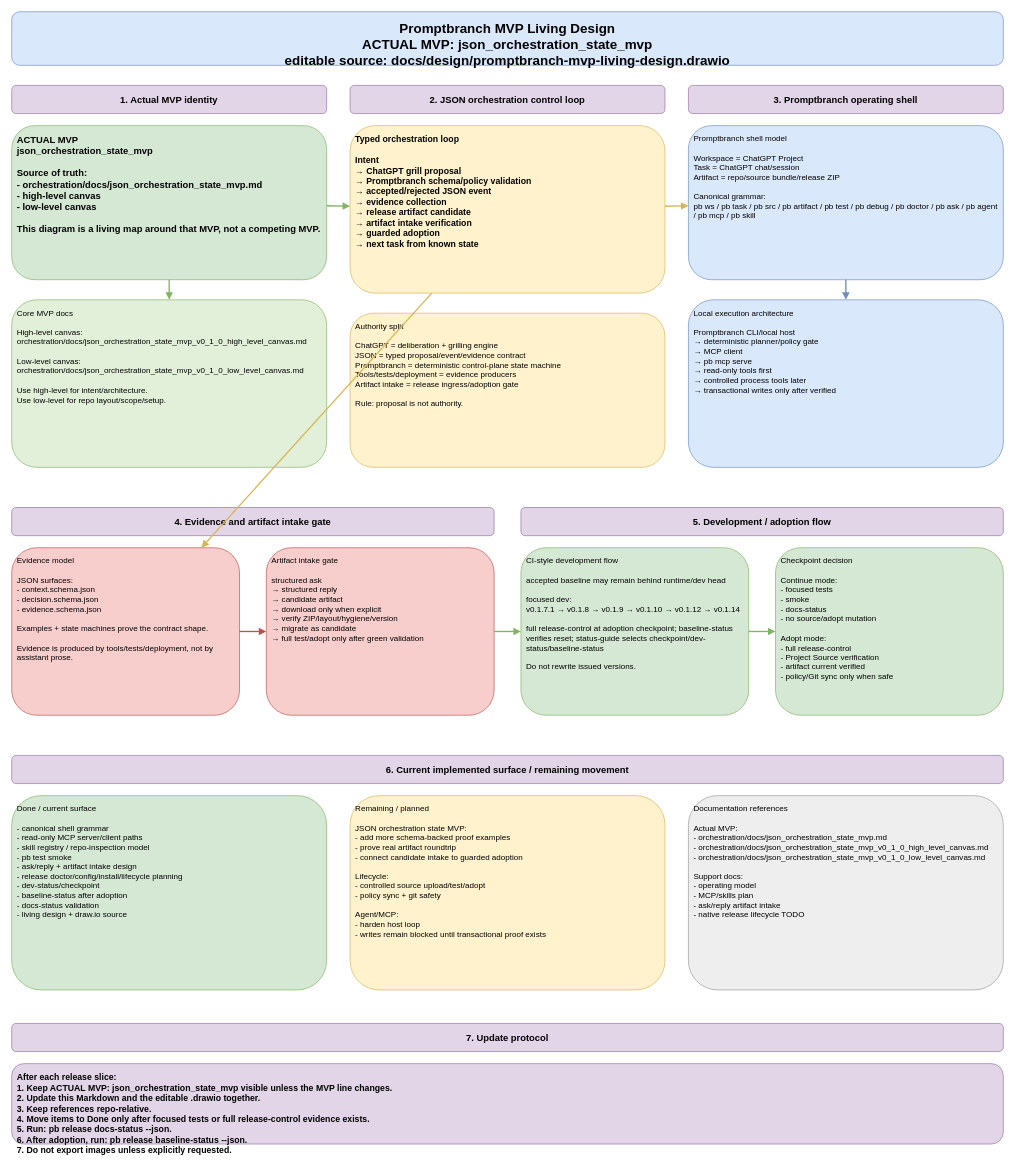
spikkie/promptbranch keeps this draw.io diagram as docs/design/promptbranch-mvp-living-design.drawio. Above is the earlier version. Source tidied: cells renumbered, new cells numbered last; positions are measured from the earlier drawing's top-left corner, leaving out a move shared by most shapes. Both pictures are drawn from the tidied source at 67%, with x=0, y=0 at pixel (11, 11).
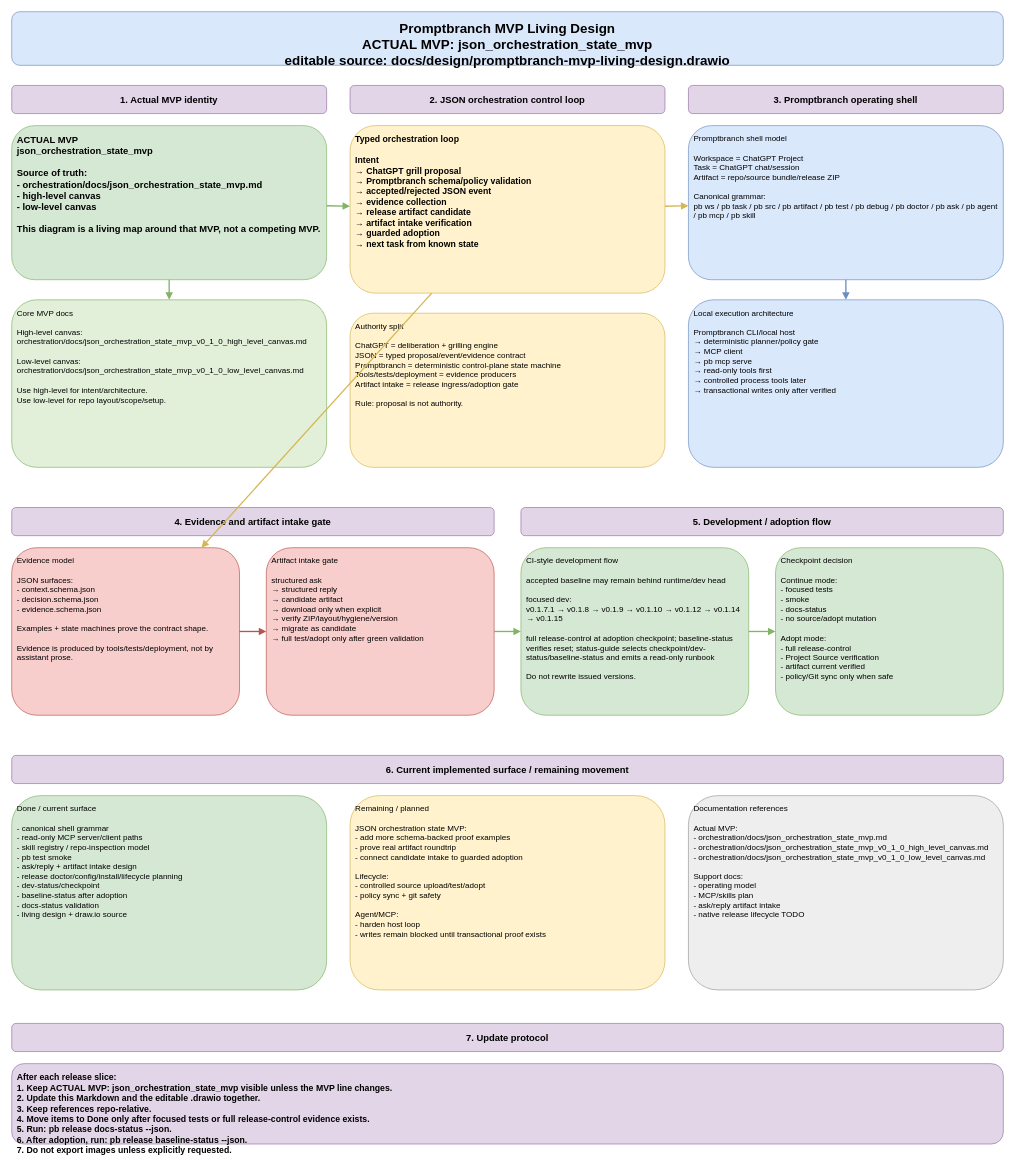
The same page after the edit.

Diff of the diagram source:
```diff
@@
-    <mxCell id="20" value="CI-style development flow&#10;&#10;accepted baseline may remain behind runtime/dev head&#10;&#10;focused dev:&#10;v0.1.7.1 → v0.1.8 → v0.1.9 → v0.1.10 → v0.1.12 → v0.1.14&#10;&#10;full release-control at adoption checkpoint; baseline-status verifies reset; status-guide selects checkpoint/dev-status/baseline-status&#10;&#10;Do not rewrite issued versions." style="rounded=1;whiteSpace=wrap;html=1;fillColor=#d5e8d4;strokeColor=#82b366;fontSize=12;align=left;verticalAlign=top;spacing=8;" parent="1" vertex="1">
+    <mxCell id="20" value="CI-style development flow&#10;&#10;accepted baseline may remain behind runtime/dev head&#10;&#10;focused dev:&#10;v0.1.7.1 → v0.1.8 → v0.1.9 → v0.1.10 → v0.1.12 → v0.1.14 → v0.1.15&#10;&#10;full release-control at adoption checkpoint; baseline-status verifies reset; status-guide selects checkpoint/dev-status/baseline-status and emits a read-only runbook&#10;&#10;Do not rewrite issued versions." style="rounded=1;whiteSpace=wrap;html=1;fillColor=#d5e8d4;strokeColor=#82b366;fontSize=12;align=left;verticalAlign=top;spacing=8;" parent="1" vertex="1">
       <mxGeometry x="760" y="800" width="340" height="250" as="geometry" />
     </mxCell>
```
